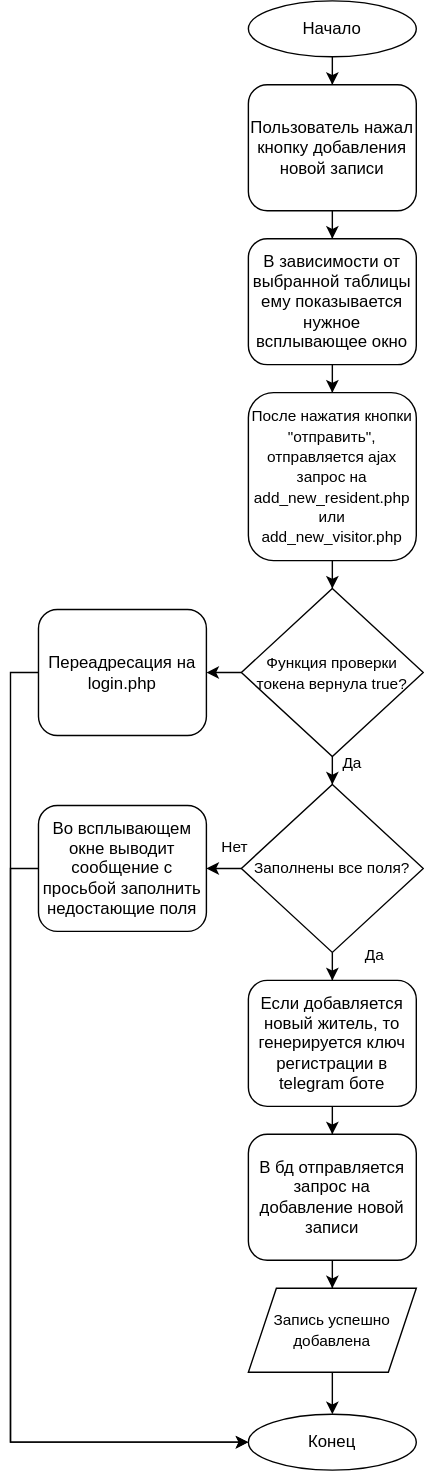
Before: images/schemes-add_buttons.svg, a diagram exported from draw.io (Sneyk01/coursework_2022). Source tidied: cells renumbered, new cells last; positions are measured from the earlier drawing's top-left corner, leaving out a move shared by most shapes.
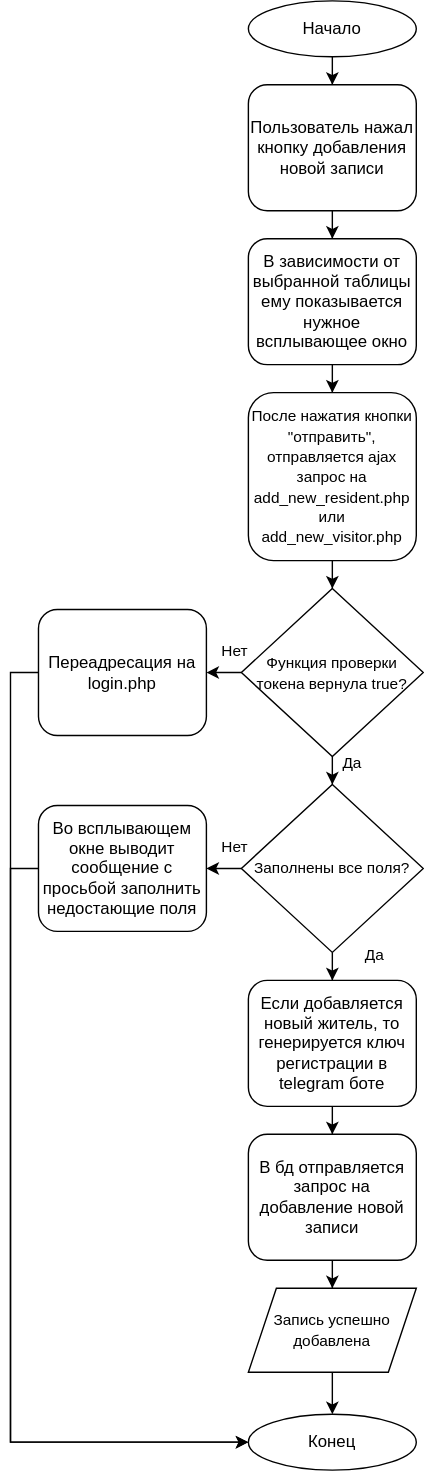
After the commit.

Diff of the diagram source:
```diff
@@ -98,5 +98,8 @@
     <mxCell id="29" value="Переадресация на login.php" style="rounded=1;whiteSpace=wrap;html=1;fontSize=12;glass=0;strokeWidth=1;shadow=0;" parent="1" vertex="1">
       <mxGeometry x="20" y="435" width="120" height="90" as="geometry" />
     </mxCell>
+    <mxCell id="30" value="Нет" style="text;html=1;align=center;verticalAlign=middle;strokeColor=none;fillColor=none;fontSize=11;" parent="1" vertex="1">
+      <mxGeometry x="140" y="450" width="40" height="30" as="geometry" />
+    </mxCell>
   </root>
 </mxGraphModel>
```
